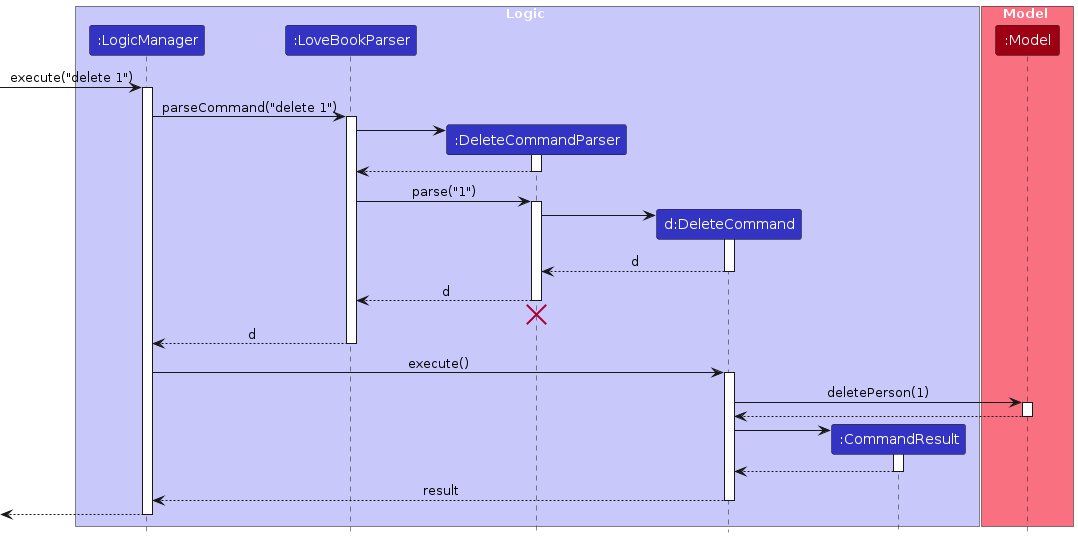
This is diagrams/DeleteSequenceDiagram.png from AY2324S1-CS2103T-F10-2/tp, a PlantUML export, as it was before one commit. Its source is kept beside it as diagrams/DeleteSequenceDiagram.puml. Its diagram source:
```plantuml
@startuml
!include style.puml
skinparam ArrowFontStyle plain

box Logic LOGIC_COLOR_T1
participant ":LogicManager" as LogicManager LOGIC_COLOR
participant ":LoveBookParser" as LoveBookParser LOGIC_COLOR
participant ":DeleteCommandParser" as DeleteCommandParser LOGIC_COLOR
participant "d:DeleteCommand" as DeleteCommand LOGIC_COLOR
participant ":CommandResult" as CommandResult LOGIC_COLOR
end box

box Model MODEL_COLOR_T1
participant ":Model" as Model MODEL_COLOR
end box

[-> LogicManager : execute("delete 1")
activate LogicManager

LogicManager -> LoveBookParser : parseCommand("delete 1")
activate LoveBookParser

create DeleteCommandParser
LoveBookParser -> DeleteCommandParser
activate DeleteCommandParser

DeleteCommandParser --> LoveBookParser
deactivate DeleteCommandParser

LoveBookParser -> DeleteCommandParser : parse("1")
activate DeleteCommandParser

create DeleteCommand
DeleteCommandParser -> DeleteCommand
activate DeleteCommand

DeleteCommand --> DeleteCommandParser : d
deactivate DeleteCommand

DeleteCommandParser --> LoveBookParser : d
deactivate DeleteCommandParser
DeleteCommandParser -[hidden]-> LoveBookParser
destroy DeleteCommandParser

LoveBookParser --> LogicManager : d
deactivate LoveBookParser

LogicManager -> DeleteCommand : execute()
activate DeleteCommand

DeleteCommand -> Model : deletePerson(1)
activate Model

Model --> DeleteCommand
deactivate Model

create CommandResult
DeleteCommand -> CommandResult
activate CommandResult

CommandResult --> DeleteCommand
deactivate CommandResult

DeleteCommand --> LogicManager : result
deactivate DeleteCommand

[<--LogicManager
deactivate LogicManager
@enduml
```
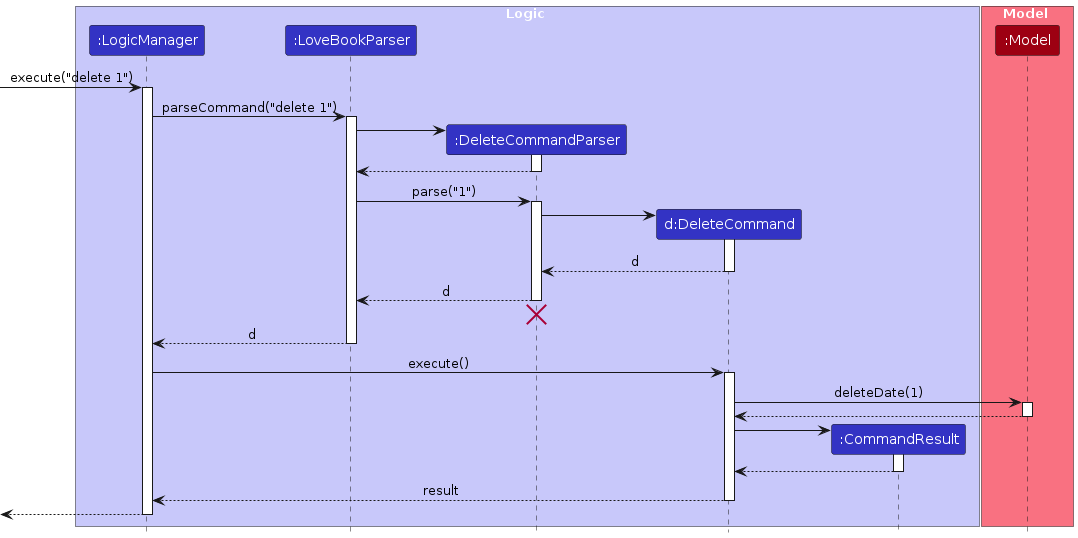
The same diagram one commit later.

What changed in the source:
```diff
@@ -48,7 +48,7 @@
 LogicManager -> DeleteCommand : execute()
 activate DeleteCommand
 
-DeleteCommand -> Model : deletePerson(1)
+DeleteCommand -> Model : deleteDate(1)
 activate Model
 
 Model --> DeleteCommand
```
